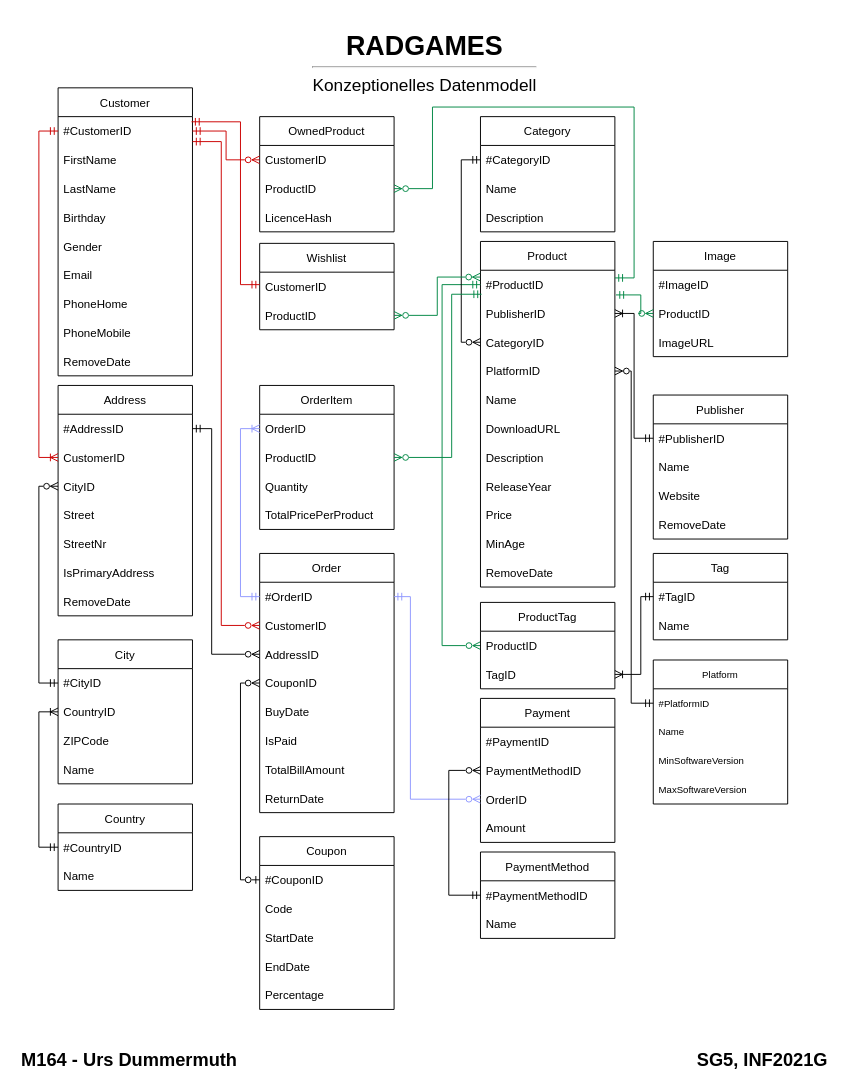
TD99/gibb-m164 keeps this draw.io diagram as page "Konzeptionell" (1 of 3) of Konzepte/Datenmodell.drawio. Above is the earlier version. Source tidied: cells renumbered, new cells numbered last; positions are measured from the earlier drawing's top-left corner, leaving out a move shared by most shapes. Both pictures are drawn from the tidied source at 96%, with x=0, y=0 at pixel (16, 26).
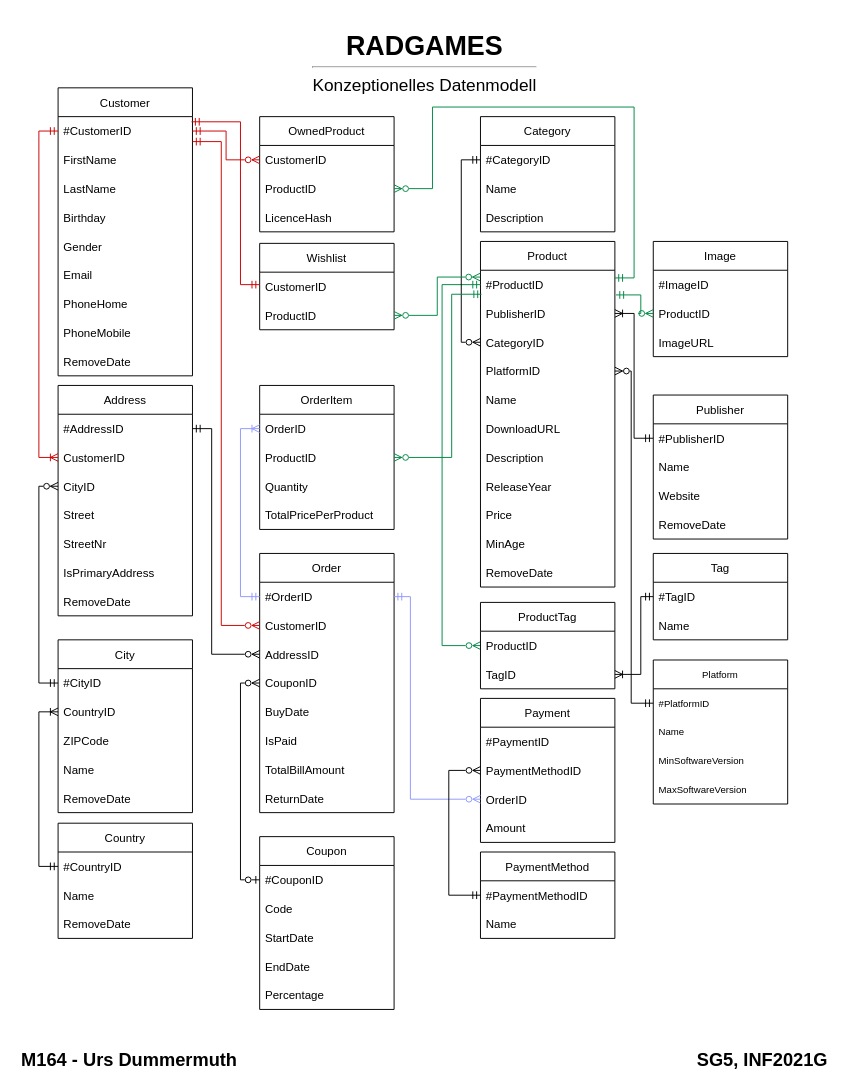
The same diagram, later.

What changed in the source:
```diff
@@
     <mxCell id="66" value="Country" style="swimlane;fontStyle=0;horizontal=1;startSize=30;fillColor=none;" parent="1" vertex="1">
-      <mxGeometry x="43" y="810" width="140" height="90" as="geometry" />
+      <mxGeometry x="43" y="830" width="140" height="120" as="geometry" />
     </mxCell>
@@
+    <mxCell id="122" value="RemoveDate" style="text;strokeColor=none;fillColor=none;align=left;verticalAlign=middle;spacingLeft=4;spacingRight=4;overflow=hidden;" parent="66" vertex="1">
+      <mxGeometry y="90" width="140" height="30" as="geometry" />
+    </mxCell>
@@
     <mxCell id="110" value="City" style="swimlane;fontStyle=0;horizontal=1;startSize=30;fillColor=none;" parent="1" vertex="1">
-      <mxGeometry x="43" y="639" width="140" height="150" as="geometry" />
+      <mxGeometry x="43" y="639" width="140" height="180" as="geometry" />
     </mxCell>
@@
+    <mxCell id="123" value="RemoveDate" style="text;strokeColor=none;fillColor=none;align=left;verticalAlign=middle;spacingLeft=4;spacingRight=4;overflow=hidden;" parent="110" vertex="1">
+      <mxGeometry y="150" width="140" height="30" as="geometry" />
+    </mxCell>
```
